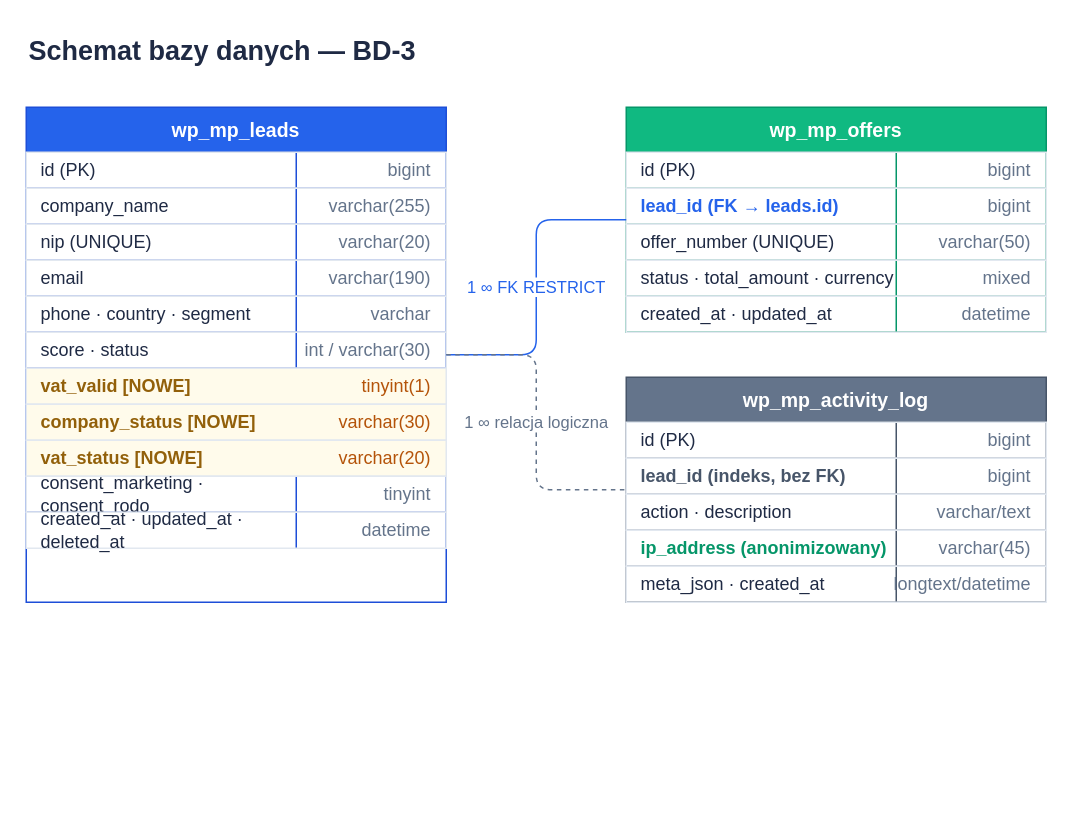
krzysiek2115op/egzamin-koncowy keeps this draw.io diagram as paczka-klienta/materialy/schemat-bazy-danych.drawio. Above is the earlier version. Source tidied: cells renumbered, new cells numbered last; positions are measured from the earlier drawing's top-left corner, leaving out a move shared by most shapes. Both pictures are drawn from the tidied source at 150%, with x=0, y=0 at pixel (26, 26).
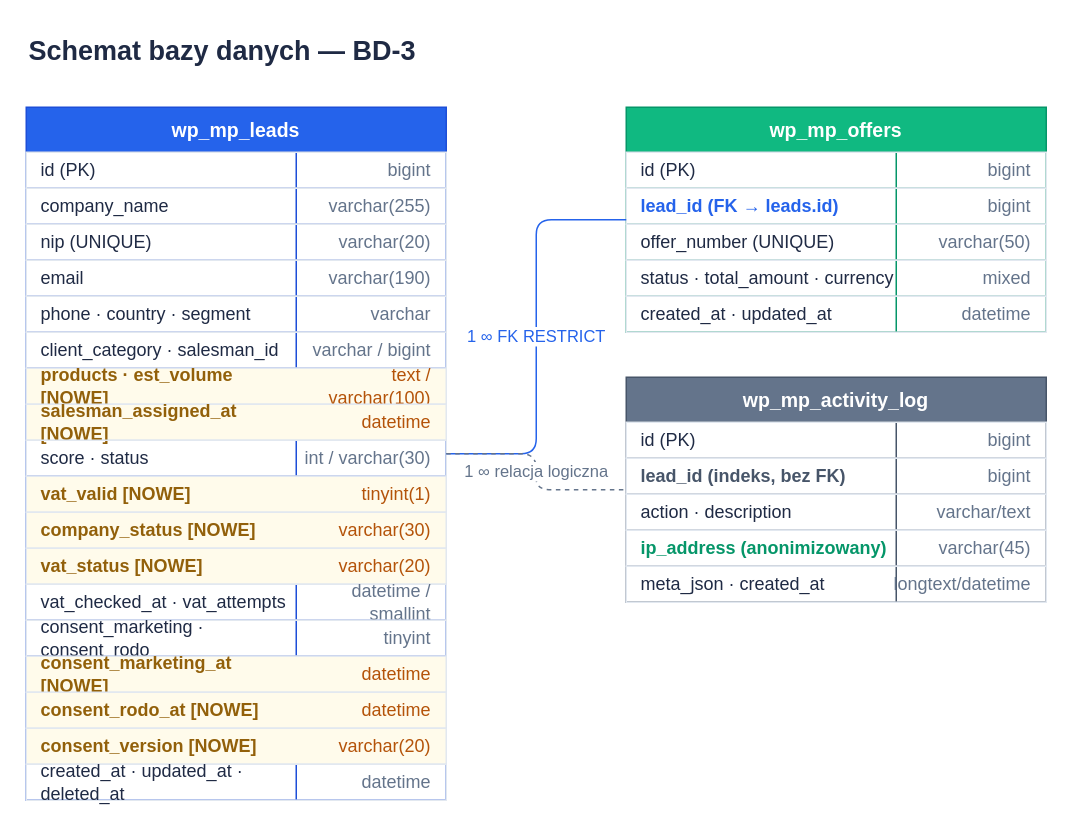
The same page after the edit.

Commit message:
fix: zsynchronizować źródło schemat-bazy-danych.drawio z realnym schematem

The change refers to these unchanged cells:
```xml
<mxCell id="19" style="shape=tableRow;horizontal=0;startSize=0;swimlaneHead=0;swimlaneBody=0;fillColor=none;strokeColor=#e2e8f0;" parent="3" vertex="1">
  <mxGeometry y="150" width="280" height="24" as="geometry" />
</mxCell>
<mxCell id="22" style="shape=tableRow;horizontal=0;startSize=0;swimlaneHead=0;swimlaneBody=0;fillColor=#fffbeb;strokeColor=#e2e8f0;" parent="3" vertex="1">
  <mxGeometry y="174" width="280" height="24" as="geometry" />
</mxCell>
<mxCell id="25" style="shape=tableRow;horizontal=0;startSize=0;swimlaneHead=0;swimlaneBody=0;fillColor=#fffbeb;strokeColor=#e2e8f0;" parent="3" vertex="1">
  <mxGeometry y="198" width="280" height="24" as="geometry" />
</mxCell>
```

The edit, as a diff of the source:
```diff
@@
     <mxCell id="3" value="wp_mp_leads" style="shape=table;startSize=30;childLayout=tableLayout;fillColor=#2563eb;strokeColor=#1d4ed8;fontColor=#ffffff;fontStyle=1;fontSize=13;" parent="1" vertex="1">
-      <mxGeometry y="54" width="280" height="330" as="geometry" />
+      <mxGeometry y="54" width="280" height="462" as="geometry" />
     </mxCell>
@@
-    <mxCell id="20" value="score · status" style="shape=partialRectangle;html=1;whiteSpace=wrap;fillColor=none;strokeColor=none;align=left;spacingLeft=8;fontColor=#1f2a44;" parent="19" vertex="1">
+    <mxCell id="20" value="client_category · salesman_id" style="shape=partialRectangle;html=1;whiteSpace=wrap;fillColor=none;strokeColor=none;align=left;spacingLeft=8;fontColor=#1f2a44;" parent="19" vertex="1">
       <mxGeometry width="180" height="24" as="geometry" />
     </mxCell>
-    <mxCell id="21" value="int / varchar(30)" style="shape=partialRectangle;html=1;whiteSpace=wrap;fillColor=none;strokeColor=none;align=right;spacingRight=8;fontColor=#64748b;" parent="19" vertex="1">
+    <mxCell id="21" value="varchar / bigint" style="shape=partialRectangle;html=1;whiteSpace=wrap;fillColor=none;strokeColor=none;align=right;spacingRight=8;fontColor=#64748b;" parent="19" vertex="1">
       <mxGeometry x="180" width="100" height="24" as="geometry" />
     </mxCell>
@@
-    <mxCell id="23" value="vat_valid  [NOWE]" style="shape=partialRectangle;html=1;whiteSpace=wrap;fillColor=none;strokeColor=none;align=left;spacingLeft=8;fontColor=#92600a;fontStyle=1;" parent="22" vertex="1">
+    <mxCell id="23" value="products · est_volume  [NOWE]" style="shape=partialRectangle;html=1;whiteSpace=wrap;fillColor=none;strokeColor=none;align=left;spacingLeft=8;fontColor=#92600a;fontStyle=1;" parent="22" vertex="1">
       <mxGeometry width="180" height="24" as="geometry" />
     </mxCell>
-    <mxCell id="24" value="tinyint(1)" style="shape=partialRectangle;html=1;whiteSpace=wrap;fillColor=none;strokeColor=none;align=right;spacingRight=8;fontColor=#b45309;" parent="22" vertex="1">
+    <mxCell id="24" value="text / varchar(100)" style="shape=partialRectangle;html=1;whiteSpace=wrap;fillColor=none;strokeColor=none;align=right;spacingRight=8;fontColor=#b45309;" parent="22" vertex="1">
       <mxGeometry x="180" width="100" height="24" as="geometry" />
     </mxCell>
@@
-    <mxCell id="26" value="company_status  [NOWE]" style="shape=partialRectangle;html=1;whiteSpace=wrap;fillColor=none;strokeColor=none;align=left;spacingLeft=8;fontColor=#92600a;fontStyle=1;" parent="25" vertex="1">
+    <mxCell id="26" value="salesman_assigned_at  [NOWE]" style="shape=partialRectangle;html=1;whiteSpace=wrap;fillColor=none;strokeColor=none;align=left;spacingLeft=8;fontColor=#92600a;fontStyle=1;" parent="25" vertex="1">
       <mxGeometry width="180" height="24" as="geometry" />
     </mxCell>
-    <mxCell id="27" value="varchar(30)" style="shape=partialRectangle;html=1;whiteSpace=wrap;fillColor=none;strokeColor=none;align=right;spacingRight=8;fontColor=#b45309;" parent="25" vertex="1">
+    <mxCell id="27" value="datetime" style="shape=partialRectangle;html=1;whiteSpace=wrap;fillColor=none;strokeColor=none;align=right;spacingRight=8;fontColor=#b45309;" parent="25" vertex="1">
       <mxGeometry x="180" width="100" height="24" as="geometry" />
     </mxCell>
-    <mxCell id="28" style="shape=tableRow;horizontal=0;startSize=0;swimlaneHead=0;swimlaneBody=0;fillColor=#fffbeb;strokeColor=#e2e8f0;" parent="3" vertex="1">
+    <mxCell id="28" style="shape=tableRow;horizontal=0;startSize=0;swimlaneHead=0;swimlaneBody=0;fillColor=none;strokeColor=#e2e8f0;" parent="3" vertex="1">
       <mxGeometry y="222" width="280" height="24" as="geometry" />
     </mxCell>
-    <mxCell id="29" value="vat_status  [NOWE]" style="shape=partialRectangle;html=1;whiteSpace=wrap;fillColor=none;strokeColor=none;align=left;spacingLeft=8;fontColor=#92600a;fontStyle=1;" parent="28" vertex="1">
+    <mxCell id="29" value="score · status" style="shape=partialRectangle;html=1;whiteSpace=wrap;fillColor=none;strokeColor=none;align=left;spacingLeft=8;fontColor=#1f2a44;" parent="28" vertex="1">
       <mxGeometry width="180" height="24" as="geometry" />
     </mxCell>
-    <mxCell id="30" value="varchar(20)" style="shape=partialRectangle;html=1;whiteSpace=wrap;fillColor=none;strokeColor=none;align=right;spacingRight=8;fontColor=#b45309;" parent="28" vertex="1">
+    <mxCell id="30" value="int / varchar(30)" style="shape=partialRectangle;html=1;whiteSpace=wrap;fillColor=none;strokeColor=none;align=right;spacingRight=8;fontColor=#64748b;" parent="28" vertex="1">
       <mxGeometry x="180" width="100" height="24" as="geometry" />
     </mxCell>
-    <mxCell id="31" style="shape=tableRow;horizontal=0;startSize=0;swimlaneHead=0;swimlaneBody=0;fillColor=none;strokeColor=#e2e8f0;" parent="3" vertex="1">
+    <mxCell id="31" style="shape=tableRow;horizontal=0;startSize=0;swimlaneHead=0;swimlaneBody=0;fillColor=#fffbeb;strokeColor=#e2e8f0;" parent="3" vertex="1">
       <mxGeometry y="246" width="280" height="24" as="geometry" />
     </mxCell>
-    <mxCell id="32" value="consent_marketing · consent_rodo" style="shape=partialRectangle;html=1;whiteSpace=wrap;fillColor=none;strokeColor=none;align=left;spacingLeft=8;fontColor=#1f2a44;" parent="31" vertex="1">
+    <mxCell id="32" value="vat_valid  [NOWE]" style="shape=partialRectangle;html=1;whiteSpace=wrap;fillColor=none;strokeColor=none;align=left;spacingLeft=8;fontColor=#92600a;fontStyle=1;" parent="31" vertex="1">
       <mxGeometry width="180" height="24" as="geometry" />
     </mxCell>
-    <mxCell id="33" value="tinyint" style="shape=partialRectangle;html=1;whiteSpace=wrap;fillColor=none;strokeColor=none;align=right;spacingRight=8;fontColor=#64748b;" parent="31" vertex="1">
+    <mxCell id="33" value="tinyint(1)" style="shape=partialRectangle;html=1;whiteSpace=wrap;fillColor=none;strokeColor=none;align=right;spacingRight=8;fontColor=#b45309;" parent="31" vertex="1">
       <mxGeometry x="180" width="100" height="24" as="geometry" />
     </mxCell>
-    <mxCell id="34" style="shape=tableRow;horizontal=0;startSize=0;swimlaneHead=0;swimlaneBody=0;fillColor=none;strokeColor=#e2e8f0;" parent="3" vertex="1">
+    <mxCell id="34" style="shape=tableRow;horizontal=0;startSize=0;swimlaneHead=0;swimlaneBody=0;fillColor=#fffbeb;strokeColor=#e2e8f0;" parent="3" vertex="1">
       <mxGeometry y="270" width="280" height="24" as="geometry" />
     </mxCell>
-    <mxCell id="35" value="created_at · updated_at · deleted_at" style="shape=partialRectangle;html=1;whiteSpace=wrap;fillColor=none;strokeColor=none;align=left;spacingLeft=8;fontColor=#1f2a44;" parent="34" vertex="1">
+    <mxCell id="35" value="company_status  [NOWE]" style="shape=partialRectangle;html=1;whiteSpace=wrap;fillColor=none;strokeColor=none;align=left;spacingLeft=8;fontColor=#92600a;fontStyle=1;" parent="34" vertex="1">
       <mxGeometry width="180" height="24" as="geometry" />
     </mxCell>
-    <mxCell id="36" value="datetime" style="shape=partialRectangle;html=1;whiteSpace=wrap;fillColor=none;strokeColor=none;align=right;spacingRight=8;fontColor=#64748b;" parent="34" vertex="1">
+    <mxCell id="36" value="varchar(30)" style="shape=partialRectangle;html=1;whiteSpace=wrap;fillColor=none;strokeColor=none;align=right;spacingRight=8;fontColor=#b45309;" parent="34" vertex="1">
       <mxGeometry x="180" width="100" height="24" as="geometry" />
     </mxCell>
+    <mxCell id="71" style="shape=tableRow;horizontal=0;startSize=0;swimlaneHead=0;swimlaneBody=0;fillColor=#fffbeb;strokeColor=#e2e8f0;" parent="3" vertex="1">
+      <mxGeometry y="294" width="280" height="24" as="geometry" />
+    </mxCell>
+    <mxCell id="72" value="vat_status  [NOWE]" style="shape=partialRectangle;html=1;whiteSpace=wrap;fillColor=none;strokeColor=none;align=left;spacingLeft=8;fontColor=#92600a;fontStyle=1;" parent="71" vertex="1">
+      <mxGeometry width="180" height="24" as="geometry" />
+    </mxCell>
+    <mxCell id="73" value="varchar(20)" style="shape=partialRectangle;html=1;whiteSpace=wrap;fillColor=none;strokeColor=none;align=right;spacingRight=8;fontColor=#b45309;" parent="71" vertex="1">
+      <mxGeometry x="180" width="100" height="24" as="geometry" />
+    </mxCell>
+    <mxCell id="74" style="shape=tableRow;horizontal=0;startSize=0;swimlaneHead=0;swimlaneBody=0;fillColor=none;strokeColor=#e2e8f0;" parent="3" vertex="1">
+      <mxGeometry y="318" width="280" height="24" as="geometry" />
+    </mxCell>
+    <mxCell id="75" value="vat_checked_at · vat_attempts" style="shape=partialRectangle;html=1;whiteSpace=wrap;fillColor=none;strokeColor=none;align=left;spacingLeft=8;fontColor=#1f2a44;" parent="74" vertex="1">
+      <mxGeometry width="180" height="24" as="geometry" />
+    </mxCell>
+    <mxCell id="76" value="datetime / smallint" style="shape=partialRectangle;html=1;whiteSpace=wrap;fillColor=none;strokeColor=none;align=right;spacingRight=8;fontColor=#64748b;" parent="74" vertex="1">
+      <mxGeometry x="180" width="100" height="24" as="geometry" />
+    </mxCell>
+    <mxCell id="77" style="shape=tableRow;horizontal=0;startSize=0;swimlaneHead=0;swimlaneBody=0;fillColor=none;strokeColor=#e2e8f0;" parent="3" vertex="1">
+      <mxGeometry y="342" width="280" height="24" as="geometry" />
+    </mxCell>
+    <mxCell id="78" value="consent_marketing · consent_rodo" style="shape=partialRectangle;html=1;whiteSpace=wrap;fillColor=none;strokeColor=none;align=left;spacingLeft=8;fontColor=#1f2a44;" parent="77" vertex="1">
+      <mxGeometry width="180" height="24" as="geometry" />
+    </mxCell>
+    <mxCell id="79" value="tinyint" style="shape=partialRectangle;html=1;whiteSpace=wrap;fillColor=none;strokeColor=none;align=right;spacingRight=8;fontColor=#64748b;" parent="77" vertex="1">
+      <mxGeometry x="180" width="100" height="24" as="geometry" />
+    </mxCell>
+    <mxCell id="80" style="shape=tableRow;horizontal=0;startSize=0;swimlaneHead=0;swimlaneBody=0;fillColor=#fffbeb;strokeColor=#e2e8f0;" parent="3" vertex="1">
+      <mxGeometry y="366" width="280" height="24" as="geometry" />
+    </mxCell>
+    <mxCell id="81" value="consent_marketing_at  [NOWE]" style="shape=partialRectangle;html=1;whiteSpace=wrap;fillColor=none;strokeColor=none;align=left;spacingLeft=8;fontColor=#92600a;fontStyle=1;" parent="80" vertex="1">
+      <mxGeometry width="180" height="24" as="geometry" />
+    </mxCell>
+    <mxCell id="82" value="datetime" style="shape=partialRectangle;html=1;whiteSpace=wrap;fillColor=none;strokeColor=none;align=right;spacingRight=8;fontColor=#b45309;" parent="80" vertex="1">
+      <mxGeometry x="180" width="100" height="24" as="geometry" />
+    </mxCell>
+    <mxCell id="83" style="shape=tableRow;horizontal=0;startSize=0;swimlaneHead=0;swimlaneBody=0;fillColor=#fffbeb;strokeColor=#e2e8f0;" parent="3" vertex="1">
+      <mxGeometry y="390" width="280" height="24" as="geometry" />
+    </mxCell>
+    <mxCell id="84" value="consent_rodo_at  [NOWE]" style="shape=partialRectangle;html=1;whiteSpace=wrap;fillColor=none;strokeColor=none;align=left;spacingLeft=8;fontColor=#92600a;fontStyle=1;" parent="83" vertex="1">
+      <mxGeometry width="180" height="24" as="geometry" />
+    </mxCell>
+    <mxCell id="85" value="datetime" style="shape=partialRectangle;html=1;whiteSpace=wrap;fillColor=none;strokeColor=none;align=right;spacingRight=8;fontColor=#b45309;" parent="83" vertex="1">
+      <mxGeometry x="180" width="100" height="24" as="geometry" />
+    </mxCell>
+    <mxCell id="86" style="shape=tableRow;horizontal=0;startSize=0;swimlaneHead=0;swimlaneBody=0;fillColor=#fffbeb;strokeColor=#e2e8f0;" parent="3" vertex="1">
+      <mxGeometry y="414" width="280" height="24" as="geometry" />
+    </mxCell>
+    <mxCell id="87" value="consent_version  [NOWE]" style="shape=partialRectangle;html=1;whiteSpace=wrap;fillColor=none;strokeColor=none;align=left;spacingLeft=8;fontColor=#92600a;fontStyle=1;" parent="86" vertex="1">
+      <mxGeometry width="180" height="24" as="geometry" />
+    </mxCell>
+    <mxCell id="88" value="varchar(20)" style="shape=partialRectangle;html=1;whiteSpace=wrap;fillColor=none;strokeColor=none;align=right;spacingRight=8;fontColor=#b45309;" parent="86" vertex="1">
+      <mxGeometry x="180" width="100" height="24" as="geometry" />
+    </mxCell>
+    <mxCell id="89" style="shape=tableRow;horizontal=0;startSize=0;swimlaneHead=0;swimlaneBody=0;fillColor=none;strokeColor=#e2e8f0;" parent="3" vertex="1">
+      <mxGeometry y="438" width="280" height="24" as="geometry" />
+    </mxCell>
+    <mxCell id="90" value="created_at · updated_at · deleted_at" style="shape=partialRectangle;html=1;whiteSpace=wrap;fillColor=none;strokeColor=none;align=left;spacingLeft=8;fontColor=#1f2a44;" parent="89" vertex="1">
+      <mxGeometry width="180" height="24" as="geometry" />
+    </mxCell>
+    <mxCell id="91" value="datetime" style="shape=partialRectangle;html=1;whiteSpace=wrap;fillColor=none;strokeColor=none;align=right;spacingRight=8;fontColor=#64748b;" parent="89" vertex="1">
+      <mxGeometry x="180" width="100" height="24" as="geometry" />
+    </mxCell>
```
